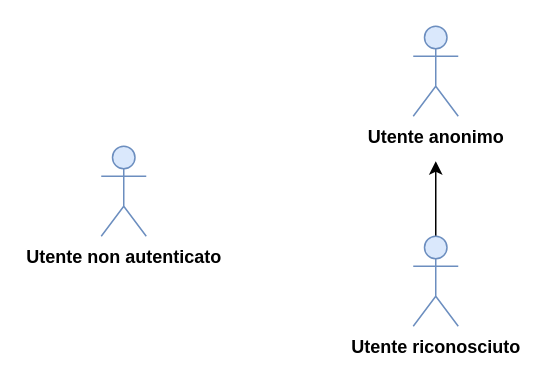
qb-team/Stalker-Documentazione keeps this draw.io diagram as page "Utenti" (2 of 3) of DocumentazioneEsterna/AnalisiDeiRequisiti/Sezioni/UseCase/draw.io/Attori.drawio. Above is the earlier version. Source tidied: cells renumbered, new cells numbered last; positions are measured from the earlier drawing's top-left corner, leaving out a move shared by most shapes. Both pictures are drawn from the tidied source at 150%, with x=0, y=0 at pixel (100, 26).
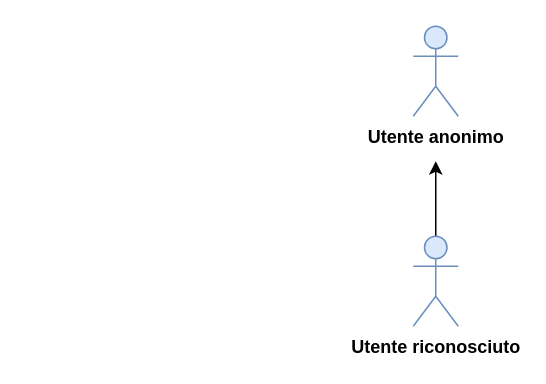
After the change.

Change to the diagram source:
```diff
@@
 <mxGraphModel>
   <root>
     <mxCell id="0" />
     <mxCell id="1" parent="0" />
-    <mxCell id="2" value="&lt;b&gt;Utente non autenticato&lt;/b&gt;" style="shape=umlActor;verticalLabelPosition=bottom;labelBackgroundColor=#ffffff;verticalAlign=top;html=1;fillColor=#dae8fc;strokeColor=#6c8ebf;" parent="1" vertex="1">
-      <mxGeometry y="80" width="30" height="60" as="geometry" />
-    </mxCell>
     <mxCell id="3" style="edgeStyle=orthogonalEdgeStyle;rounded=0;jettySize=auto;html=1;" parent="1" edge="1" source="4">
       <mxGeometry relative="1" as="geometry">
         <mxPoint x="223" y="90" as="targetPoint" />
       </mxGeometry>
     </mxCell>
     <mxCell id="4" value="Utente riconosciuto" style="shape=umlActor;verticalLabelPosition=bottom;labelBackgroundColor=#ffffff;verticalAlign=top;html=1;outlineConnect=0;fillColor=#dae8fc;strokeColor=#6c8ebf;fontStyle=1;" parent="1" vertex="1">
       <mxGeometry x="208" y="140" width="30" height="60" as="geometry" />
     </mxCell>
     <mxCell id="5" value="&lt;b&gt;Utente anonimo&lt;/b&gt;" style="shape=umlActor;verticalLabelPosition=bottom;labelBackgroundColor=#ffffff;verticalAlign=top;html=1;fillColor=#dae8fc;strokeColor=#6c8ebf;" parent="1" vertex="1">
       <mxGeometry x="208" width="30" height="60" as="geometry" />
     </mxCell>
   </root>
 </mxGraphModel>
```
